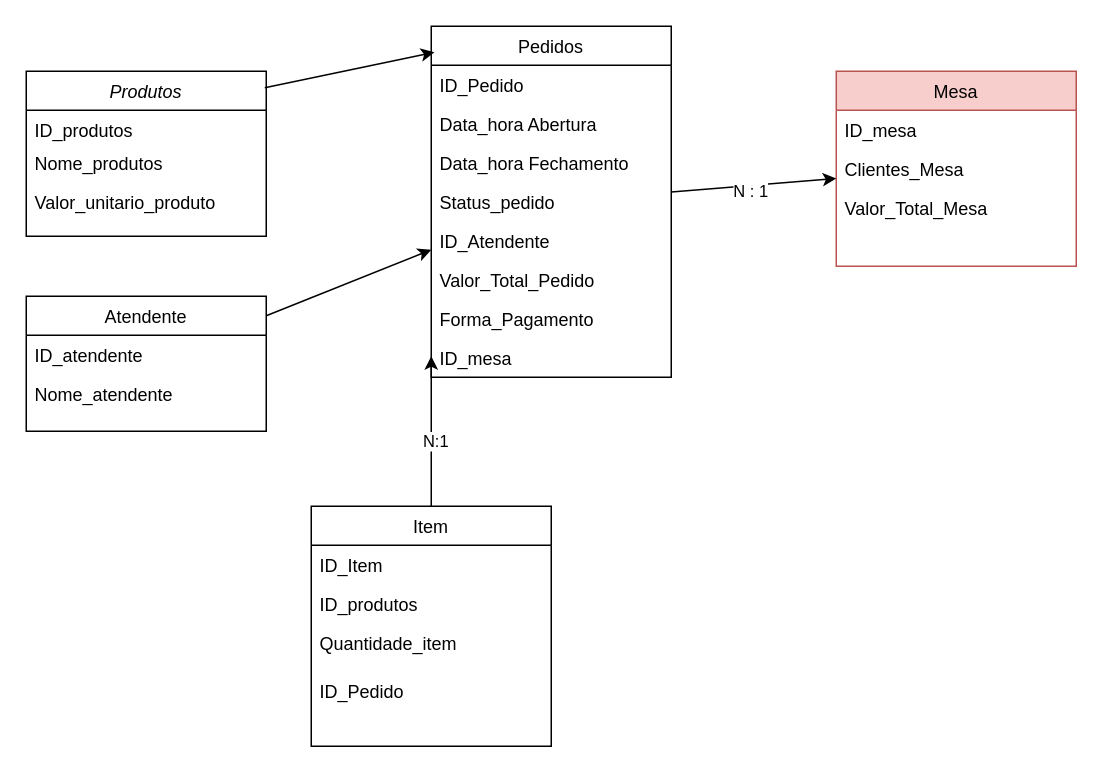
Above: Aula 20 - Projeto de Gerenciamento/desenho.dio in AnaRibeiro-BI/MeusProjetosIniciaisPython (draw.io), before the change. Source tidied: cells renumbered, new cells numbered last; positions are measured from the earlier drawing's top-left corner, leaving out a move shared by most shapes. Both pictures are drawn from the tidied source at 150%, with x=0, y=0 at pixel (26, 26).
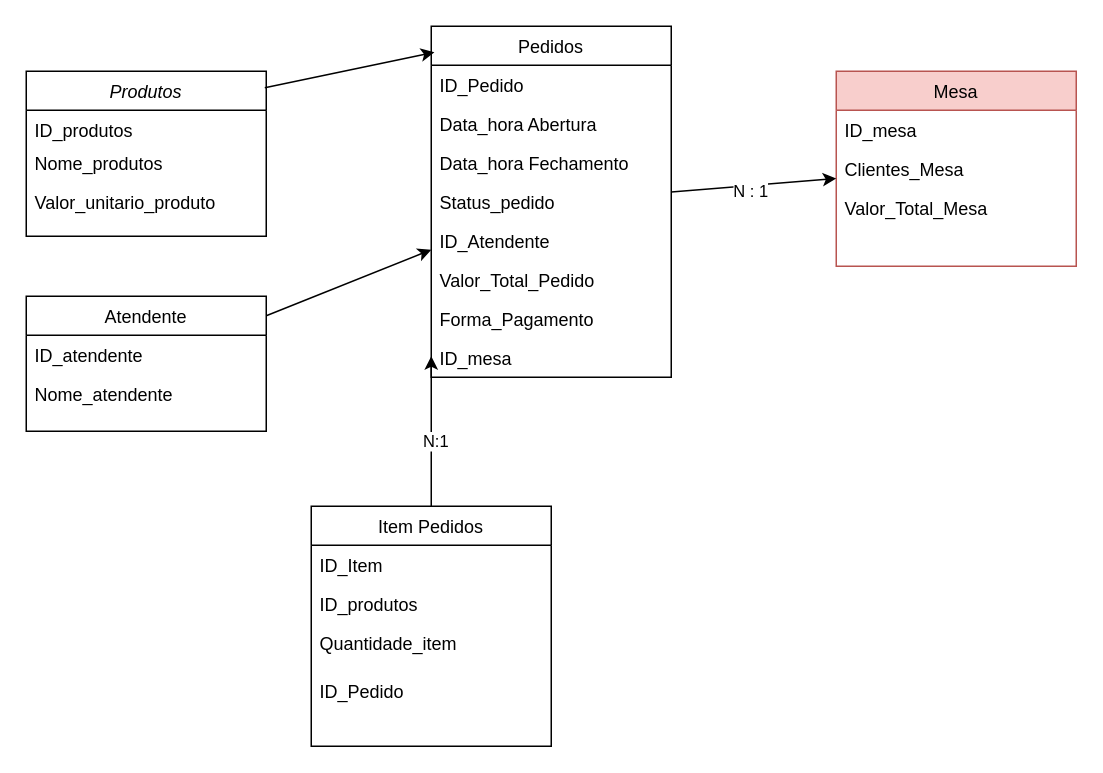
The same diagram, later.

The edit, as a diff of the source:
```diff
@@
-    <mxCell id="23" value="Item" style="swimlane;fontStyle=0;align=center;verticalAlign=top;horizontal=1;startSize=26;rounded=0;shadow=0;strokeWidth=1;" parent="1" vertex="1">
+    <mxCell id="23" value="Item Pedidos" style="swimlane;fontStyle=0;align=center;verticalAlign=top;horizontal=1;startSize=26;rounded=0;shadow=0;strokeWidth=1;" parent="1" vertex="1">
       <mxGeometry x="190" y="320" width="160" height="160" as="geometry" />
     </mxCell>
```
